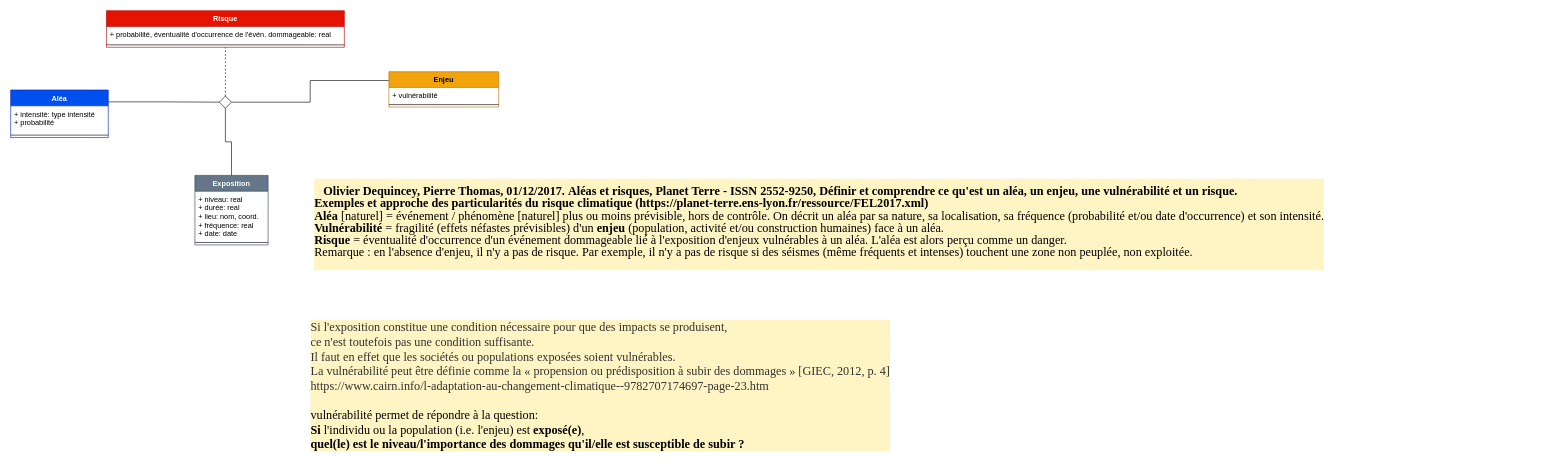
EmmanuelRouxIRD/PROGYSAT-VecTrans keeps this draw.io diagram as Risque.drawio. Above is the earlier version. Source tidied: cells renumbered, new cells numbered last; positions are measured from the earlier drawing's top-left corner, leaving out a move shared by most shapes. Both pictures are drawn from the tidied source at 61%, with x=0, y=0 at pixel (10, 10).
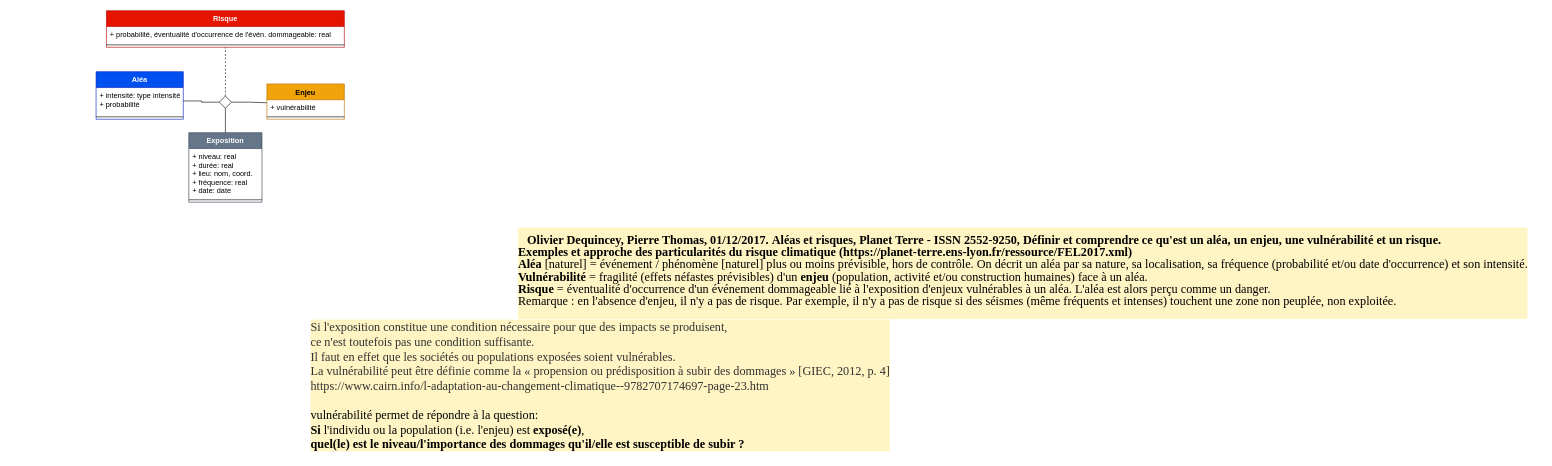
The same page after the edit.

Commit message:
Mettre à jour Risque.drawio

The change refers to these unchanged cells:
```xml
<mxCell id="10" style="rhombus;" parent="1" vertex="1">
  <mxGeometry x="342" y="140" width="20" height="20" as="geometry" />
</mxCell>
```

Diff of the diagram source:
```diff
@@
     <mxCell id="2" value="Exposition" style="swimlane;fontStyle=1;align=center;verticalAlign=top;horizontal=1;startSize=26;fillColor=#647687;strokeColor=#314354;fontColor=#ffffff;" parent="1" vertex="1">
-      <mxGeometry x="302" y="270" width="120" height="114" as="geometry" />
+      <mxGeometry x="292" y="200" width="120" height="114" as="geometry" />
     </mxCell>
@@
     <mxCell id="5" value="Aléa" style="swimlane;fontStyle=1;align=center;verticalAlign=top;horizontal=1;startSize=26;fillColor=#0050ef;strokeColor=#001DBC;fontColor=#ffffff;" parent="1" vertex="1">
-      <mxGeometry y="130" width="160" height="78" as="geometry" />
+      <mxGeometry x="140" y="100" width="143" height="78" as="geometry" />
     </mxCell>
     <mxCell id="6" value="+ intensité: type intensité&#10;+ probabilité" style="text;strokeColor=none;fillColor=none;align=left;verticalAlign=top;spacingLeft=4;spacingRight=4;overflow=hidden;points=[[0,0.5],[1,0.5]];portConstraint=eastwest;" parent="5" vertex="1">
-      <mxGeometry y="26" width="160" height="44" as="geometry" />
+      <mxGeometry y="26" width="143" height="44" as="geometry" />
     </mxCell>
     <mxCell id="7" style="line;strokeWidth=1;fillColor=none;align=left;verticalAlign=middle;spacingTop=-1;spacingLeft=3;spacingRight=3;labelPosition=right;" parent="5" vertex="1">
-      <mxGeometry y="70" width="160" height="8" as="geometry" />
+      <mxGeometry y="70" width="143" height="8" as="geometry" />
     </mxCell>
@@
-    <mxCell id="9" style="edgeStyle=elbowEdgeStyle;rounded=0;jettySize=auto;html=1;exitX=1;exitY=0.5;exitDx=0;exitDy=0;entryX=0;entryY=0.25;entryDx=0;entryDy=0;endArrow=none;endFill=0;" parent="1" edge="1" source="10" target="16">
+    <mxCell id="9" style="edgeStyle=elbowEdgeStyle;rounded=0;jettySize=auto;html=1;exitX=1;exitY=0.5;exitDx=0;exitDy=0;entryX=0;entryY=0.208;entryDx=0;entryDy=0;endArrow=none;endFill=0;entryPerimeter=0;" parent="1" edge="1" source="10" target="17">
       <mxGeometry relative="1" as="geometry" />
     </mxCell>
@@
-    <mxCell id="11" style="endArrow=none;html=1;rounded=0;align=center;verticalAlign=bottom;labelBackgroundColor=none;exitX=1;exitY=0.25;exitDx=0;exitDy=0;edgeStyle=elbowEdgeStyle;" parent="1" edge="1" source="5" target="10">
+    <mxCell id="11" style="endArrow=none;html=1;rounded=0;align=center;verticalAlign=bottom;labelBackgroundColor=none;exitX=1;exitY=0.5;exitDx=0;exitDy=0;edgeStyle=elbowEdgeStyle;" parent="1" edge="1" source="6" target="10">
       <mxGeometry relative="1" as="geometry" />
     </mxCell>
@@
     <mxCell id="16" value="Enjeu" style="swimlane;fontStyle=1;align=center;verticalAlign=top;horizontal=1;startSize=26;fillColor=#f0a30a;strokeColor=#BD7000;fontColor=#000000;" parent="1" vertex="1">
-      <mxGeometry x="620" y="100" width="180" height="58" as="geometry" />
+      <mxGeometry x="420" y="120" width="127" height="58" as="geometry" />
     </mxCell>
     <mxCell id="17" value="+ vulnérabilité " style="text;strokeColor=none;fillColor=none;align=left;verticalAlign=top;spacingLeft=4;spacingRight=4;overflow=hidden;points=[[0,0.5],[1,0.5]];portConstraint=eastwest;" parent="16" vertex="1">
-      <mxGeometry y="26" width="180" height="24" as="geometry" />
+      <mxGeometry y="26" width="127" height="24" as="geometry" />
     </mxCell>
     <mxCell id="18" style="line;strokeWidth=1;fillColor=none;align=left;verticalAlign=middle;spacingTop=-1;spacingLeft=3;spacingRight=3;labelPosition=right;" parent="16" vertex="1">
-      <mxGeometry y="50" width="180" height="8" as="geometry" />
+      <mxGeometry y="50" width="127" height="8" as="geometry" />
     </mxCell>
@@
     <mxCell id="20" value="&lt;p style=&quot;margin: 0.5em 0px 1em; padding: 0px; text-indent: 15px; line-height: 100%;&quot;&gt;&lt;b&gt;Olivier Dequincey, Pierre Thomas, 01/12/2017.&amp;nbsp;&lt;/b&gt;&lt;b&gt;Aléas et risques, Planet Terre - ISSN 2552-9250,&amp;nbsp;&lt;/b&gt;&lt;b&gt;Définir et comprendre ce qu'est un aléa, un enjeu, une vulnérabilité et un risque.&lt;/b&gt;&lt;br&gt;&lt;b&gt;Exemples et approche des particularités du risque climatique (&lt;/b&gt;&lt;b&gt;https://planet-terre.ens-lyon.fr/ressource/FEL2017.xml)&amp;nbsp;&lt;/b&gt;&lt;br&gt;&lt;span style=&quot;margin: 0px; padding: 0px;&quot; class=&quot;bold&quot;&gt;&lt;strong style=&quot;margin: 0px; padding: 0px;&quot;&gt;Aléa&lt;/strong&gt;&lt;/span&gt;&amp;nbsp;[naturel] = événement / phénomène [naturel] plus ou moins prévisible, hors de contrôle. On décrit un aléa par sa nature, sa localisation, sa fréquence (probabilité et/ou date d'occurrence) et son intensité.&lt;br&gt;&lt;span style=&quot;margin: 0px; padding: 0px;&quot; class=&quot;bold&quot;&gt;&lt;strong style=&quot;margin: 0px; padding: 0px;&quot;&gt;Vulnérabilité&lt;/strong&gt;&lt;/span&gt;&amp;nbsp;= fragilité (effets néfastes prévisibles) d'un&amp;nbsp;&lt;span style=&quot;margin: 0px; padding: 0px;&quot; class=&quot;bold&quot;&gt;&lt;strong style=&quot;margin: 0px; padding: 0px;&quot;&gt;enjeu&lt;/strong&gt;&lt;/span&gt;&amp;nbsp;(population, activité et/ou construction humaines) face à un aléa.&lt;br&gt;&lt;span style=&quot;margin: 0px; padding: 0px;&quot; class=&quot;bold&quot;&gt;&lt;strong style=&quot;margin: 0px; padding: 0px;&quot;&gt;Risque&lt;/strong&gt;&lt;/span&gt;&amp;nbsp;= éventualité d'occurrence d'un événement dommageable lié à l'exposition d'enjeux vulnérables à un aléa. L'aléa est alors perçu comme un danger.&lt;br&gt;Remarque&amp;nbsp;: en l'absence d'enjeu, il n'y a pas de risque. Par exemple, il n'y a pas de risque si des séismes (même fréquents et intenses) touchent une zone non peuplée, non exploitée.&lt;br&gt;&lt;/p&gt;" style="text;html=1;align=left;verticalAlign=middle;strokeColor=none;fillColor=none;fontSize=20;fontFamily=Times New Roman;labelBackgroundColor=#FFF4C3;" parent="1" vertex="1">
-      <mxGeometry x="496" y="270" width="1680" height="160" as="geometry" />
+      <mxGeometry x="830" y="350" width="1680" height="160" as="geometry" />
     </mxCell>
```
